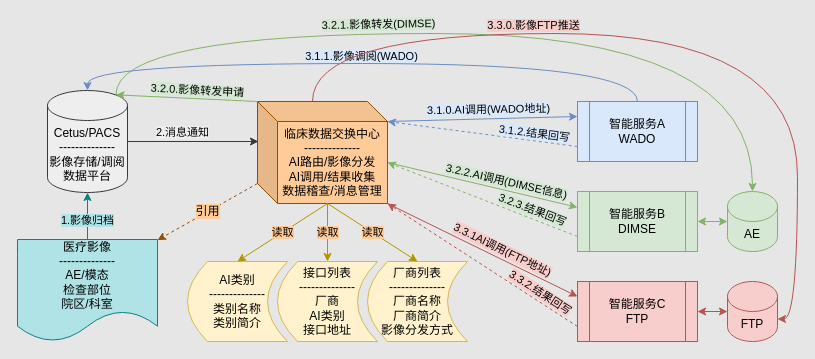
This is uih/千县/千县AI整体流程.drawio from xzs603/draw.io, a draw.io file, before an edit. Source tidied: cells renumbered, new cells numbered last; positions are measured from the earlier drawing's top-left corner, leaving out a move shared by most shapes. Both pictures are drawn from the tidied source at 100%, with x=0, y=0 at pixel (17, 33).
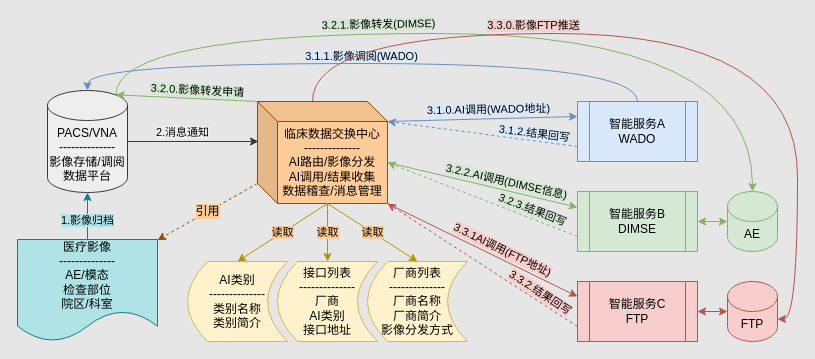
Above is the later version.

Diff of the diagram source:
```diff
@@
-    <mxCell id="26" value="Cetus/PACS&lt;br&gt;--------------&lt;br&gt;影像存储/调阅&lt;br&gt;数据平台" style="shape=cylinder3;whiteSpace=wrap;html=1;boundedLbl=1;backgroundOutline=1;size=15;fillColor=#eeeeee;strokeColor=#36393d;" parent="1" vertex="1">
+    <mxCell id="26" value="PACS/VNA&lt;br&gt;--------------&lt;br&gt;影像存储/调阅&lt;br&gt;数据平台" style="shape=cylinder3;whiteSpace=wrap;html=1;boundedLbl=1;backgroundOutline=1;size=15;fillColor=#eeeeee;strokeColor=#36393d;" parent="1" vertex="1">
       <mxGeometry x="30" y="57" width="80" height="102" as="geometry" />
     </mxCell>
```
